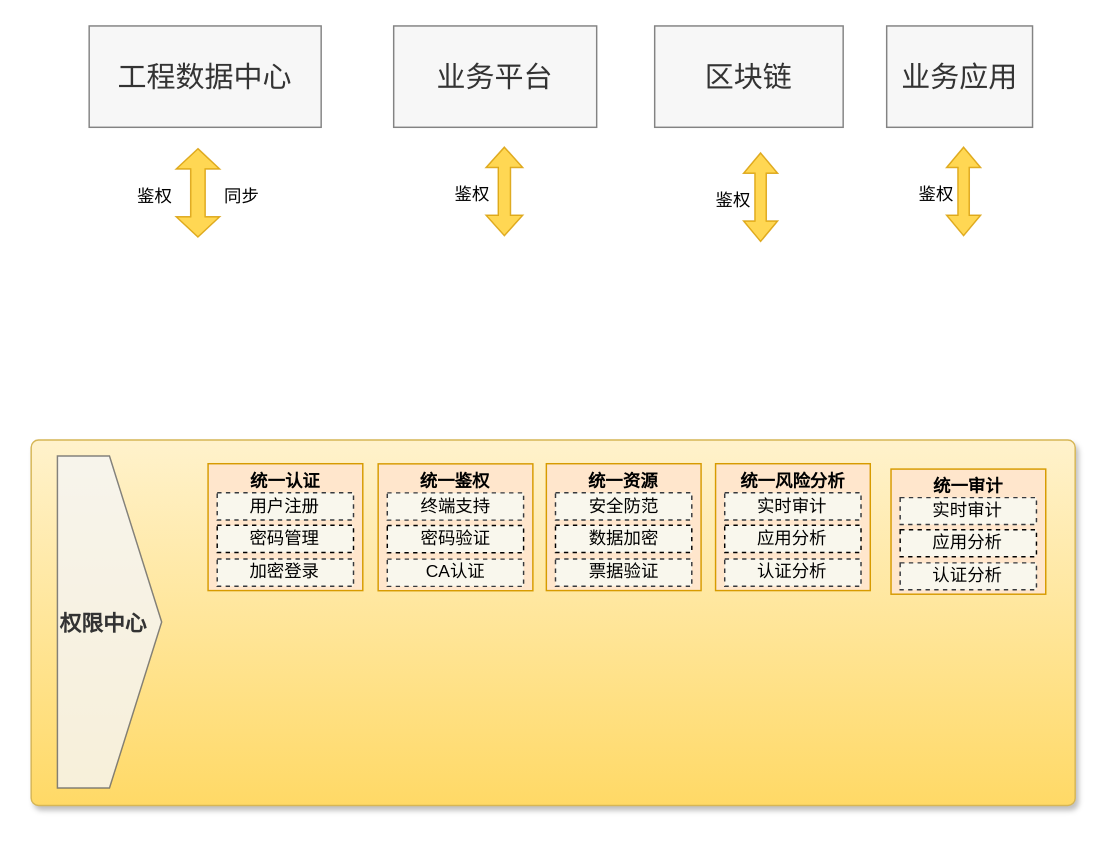
This is 东庄信息化项目-统一权限管理1.drawio from sun-beijixing/drawio, a draw.io file, before an edit. Source tidied: cells renumbered, new cells numbered last; positions are measured from the earlier drawing's top-left corner, leaving out a move shared by most shapes. Both pictures are drawn from the tidied source at 145%, with x=0, y=0 at pixel (30, 25).
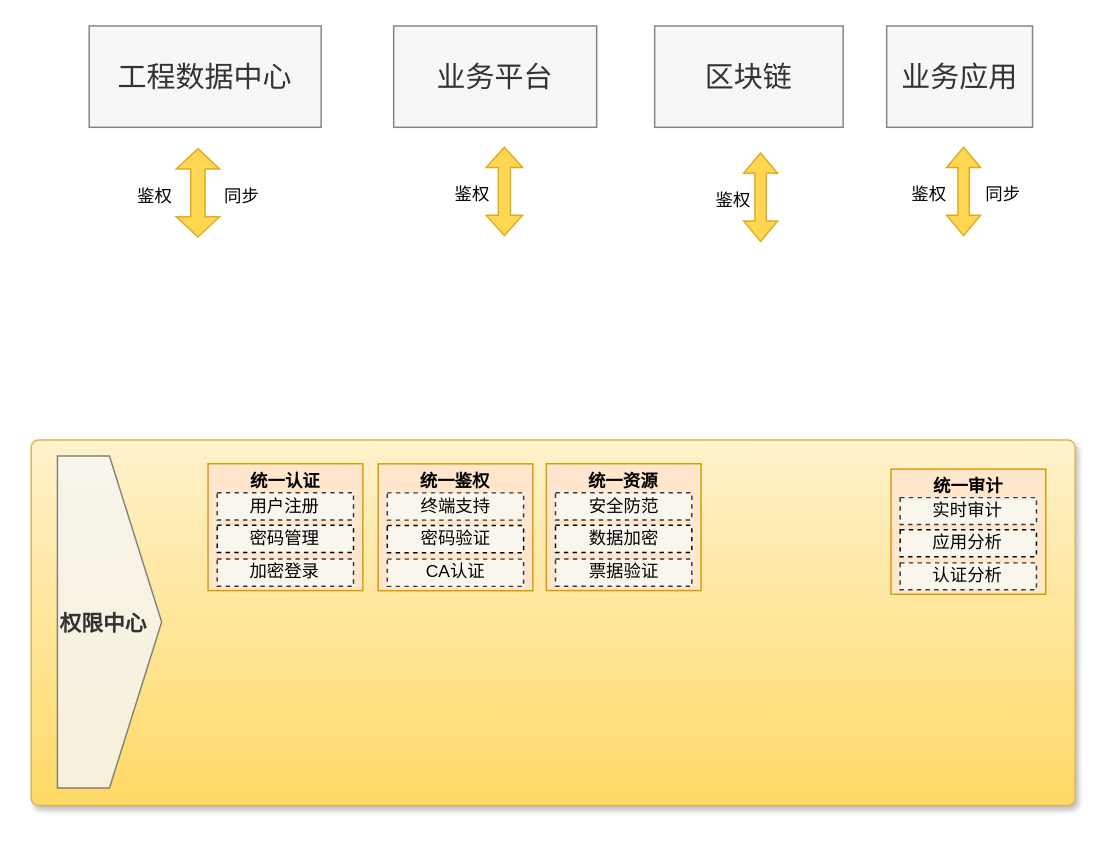
Above is the later version.

Commit message (it also covers changes not shown here):
更新东庄信息化项目-统一权限管理1.drawio

The change refers to these unchanged cells:
```xml
<mxCell id="2" style="text;html=1;strokeColor=#d6b656;fillColor=#fff2cc;align=center;verticalAlign=middle;whiteSpace=wrap;fontSize=54;fontStyle=1;shadow=1;rounded=1;glass=0;sketch=0;arcSize=2;gradientColor=#ffd966;" parent="1" vertex="1">
  <mxGeometry y="286" width="720" height="252" as="geometry" />
</mxCell>
<mxCell id="41" style="group;" parent="1" vertex="1">
  <mxGeometry x="600" y="84" width="90" height="61" as="geometry" />
</mxCell>
```

What changed in the source:
```diff
@@
-    <mxCell id="22" style="group;" parent="2" vertex="1">
-      <mxGeometry x="472" y="16.3" width="106.7" height="87.5" as="geometry" />
-    </mxCell>
-    <mxCell id="23" style="rounded=0;whiteSpace=wrap;html=1;shadow=0;glass=0;sketch=0;fillColor=#ffe6cc;strokeColor=#d79b00;" parent="22" vertex="1">
-      <mxGeometry width="106.7" height="87.5" as="geometry" />
-    </mxCell>
-    <mxCell id="24" value="&lt;font style=&quot;font-size: 12px;&quot;&gt;&lt;b&gt;统一风险分析&lt;/b&gt;&lt;/font&gt;" style="text;html=1;strokeColor=none;fillColor=none;align=center;verticalAlign=middle;whiteSpace=wrap;rounded=0;shadow=1;fontSize=16;" parent="22" vertex="1">
-      <mxGeometry x="13.8" y="1.3" width="79" height="18.8" as="geometry" />
-    </mxCell>
-    <mxCell id="25" value="实时审计" style="rounded=0;whiteSpace=wrap;html=1;shadow=0;fontSize=12;fillColor=#f9f7ed;strokeColor=#36393d;dashed=1;" parent="22" vertex="1">
-      <mxGeometry x="6.3" y="20" width="94" height="18.8" as="geometry" />
-    </mxCell>
-    <mxCell id="26" value="应用分析" style="rounded=0;whiteSpace=wrap;html=1;shadow=0;fontSize=12;fillColor=#f9f7ed;strokeColor=default;dashed=1;" parent="22" vertex="1">
-      <mxGeometry x="6.3" y="42.5" width="94" height="18.8" as="geometry" />
-    </mxCell>
-    <mxCell id="27" value="认证分析" style="rounded=0;whiteSpace=wrap;html=1;shadow=0;fontSize=12;fillColor=#f9f7ed;strokeColor=#36393d;dashed=1;" parent="22" vertex="1">
-      <mxGeometry x="6.3" y="65.7" width="94" height="18.8" as="geometry" />
-    </mxCell>
@@
     <mxCell id="43" value="&lt;font style=&quot;font-size: 12px;&quot;&gt;鉴权&lt;/font&gt;" style="text;html=1;align=center;verticalAlign=middle;strokeColor=none;fillColor=none;fontSize=18;" parent="41" vertex="1">
-      <mxGeometry x="3.9" y="15.5" width="40" height="30" as="geometry" />
+      <mxGeometry x="-1.1" y="15.5" width="40" height="30" as="geometry" />
     </mxCell>
+    <mxCell id="51" value="&lt;font style=&quot;font-size: 12px;&quot;&gt;同步&lt;/font&gt;" style="text;html=1;align=center;verticalAlign=middle;strokeColor=none;fillColor=none;fontSize=18;" parent="41" vertex="1">
+      <mxGeometry x="49.9" y="15.5" width="40" height="30" as="geometry" />
+    </mxCell>
```
